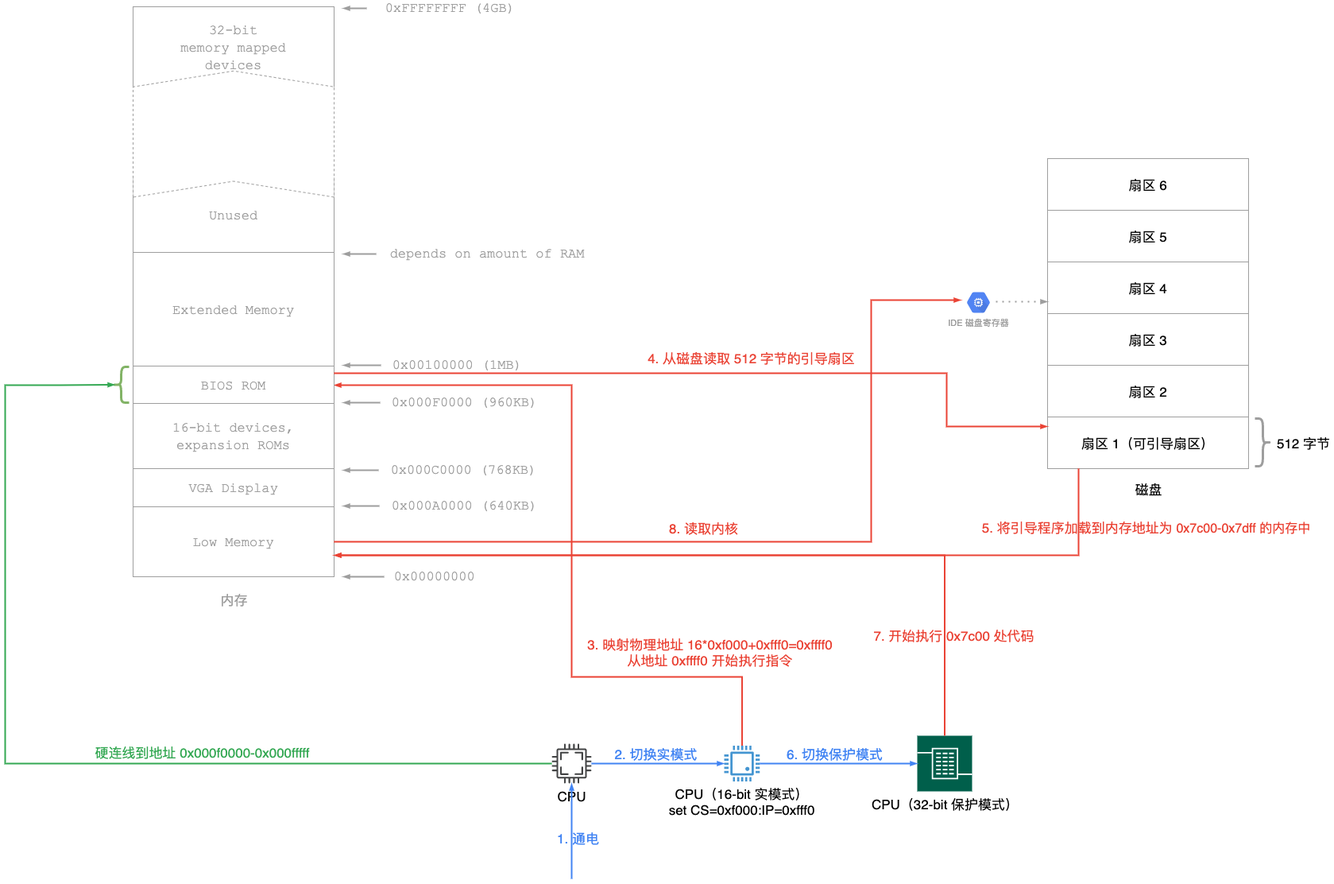
LoveXiaoLiu/lovexiaoliu.github.io keeps this draw.io diagram as img/2021/10/boot-loader.png. Above is the earlier version. Source tidied: cells renumbered, new cells last; positions are measured from the earlier drawing's top-left corner, leaving out a move shared by most shapes.
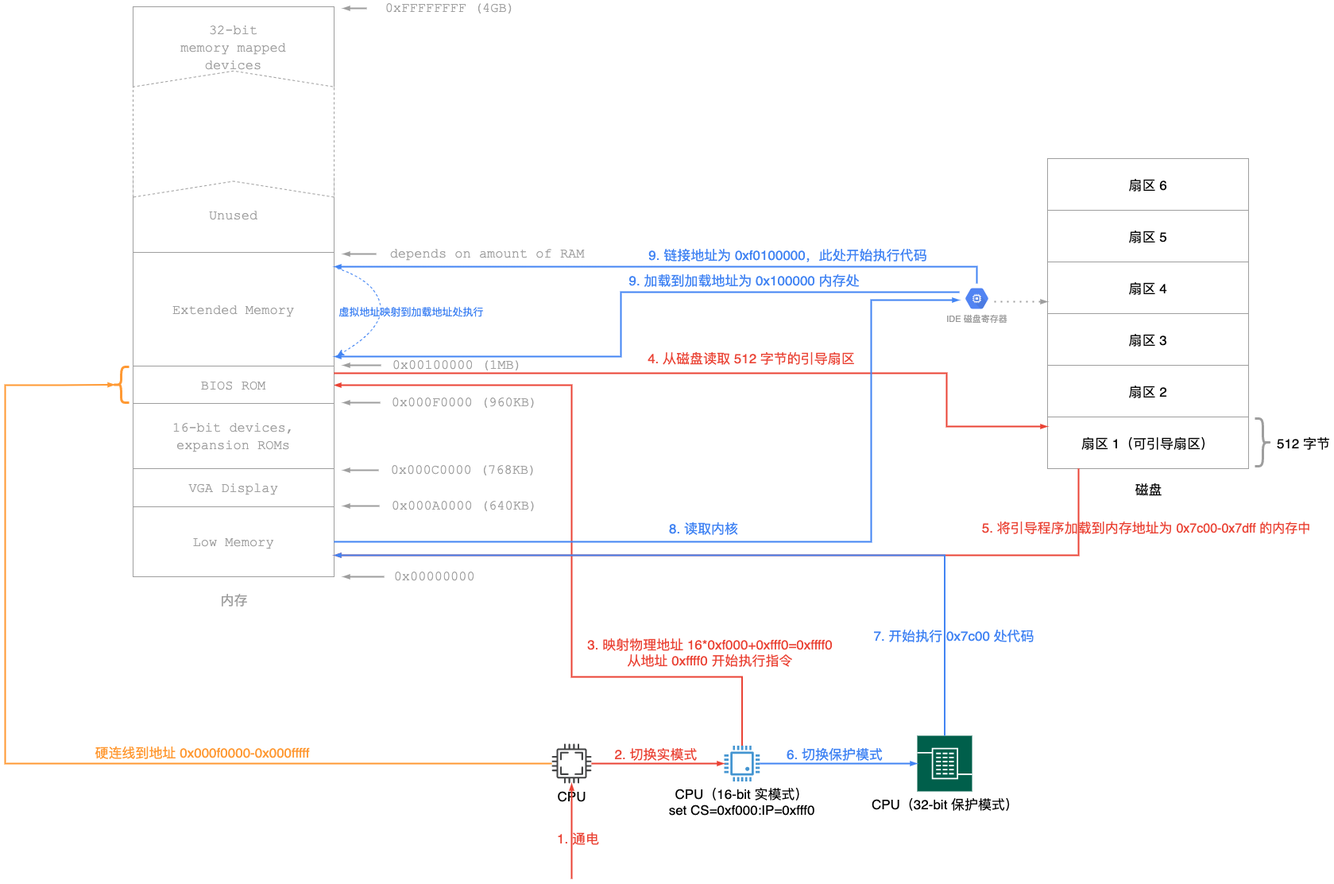
After the change.

Commit message:
Update Blog By TravisCI With Build 169

What changed in the source:
```diff
@@ -106,10 +106,10 @@
         <mxPoint x="425" y="583" as="targetPoint" />
       </mxGeometry>
     </mxCell>
-    <mxCell id="27" style="shape=curlyBracket;whiteSpace=wrap;html=1;rounded=1;labelBackgroundColor=none;fontSize=17;align=center;fillColor=#d5e8d4;strokeColor=#82b366;strokeWidth=3;" parent="1" vertex="1">
+    <mxCell id="27" style="shape=curlyBracket;whiteSpace=wrap;html=1;rounded=1;labelBackgroundColor=none;fontSize=17;align=center;fillColor=#d5e8d4;strokeColor=#FF9933;strokeWidth=3;" parent="1" vertex="1">
       <mxGeometry x="136" y="453" width="20" height="45" as="geometry" />
     </mxCell>
-    <mxCell id="28" style="edgeStyle=orthogonalEdgeStyle;fontSize=12;html=1;endArrow=blockThin;endFill=1;rounded=0;strokeWidth=2;endSize=4;startSize=4;strokeColor=#34A853;dashed=0;labelBackgroundColor=none;entryX=0.1;entryY=0.5;entryDx=0;entryDy=0;entryPerimeter=0;" parent="1" edge="1" source="8" target="27">
+    <mxCell id="28" style="edgeStyle=orthogonalEdgeStyle;fontSize=12;html=1;endArrow=blockThin;endFill=1;rounded=0;strokeWidth=2;endSize=4;startSize=4;strokeColor=#FF9933;dashed=0;labelBackgroundColor=none;entryX=0.1;entryY=0.5;entryDx=0;entryDy=0;entryPerimeter=0;" parent="1" edge="1" source="8" target="27">
       <mxGeometry relative="1" as="geometry">
         <Array as="points">
           <mxPoint y="952" />
@@ -118,17 +118,17 @@
         </Array>
       </mxGeometry>
     </mxCell>
-    <mxCell id="29" value="硬连线到地址&amp;nbsp;0x000f0000-0x000fffff" style="edgeLabel;align=center;verticalAlign=middle;fontSize=17;fontColor=#34A853;html=1;labelBackgroundColor=none;" parent="28" vertex="1">
+    <mxCell id="29" value="硬连线到地址&amp;nbsp;0x000f0000-0x000fffff" style="edgeLabel;align=center;verticalAlign=middle;fontSize=17;fontColor=#FF9933;html=1;labelBackgroundColor=none;" parent="28" vertex="1">
       <mxGeometry x="-0.18" relative="1" as="geometry">
         <mxPoint x="91" y="-15" as="offset" />
       </mxGeometry>
     </mxCell>
-    <mxCell id="30" style="edgeStyle=orthogonalEdgeStyle;fontSize=12;html=1;endArrow=blockThin;endFill=1;rounded=0;strokeWidth=2;endSize=4;startSize=4;dashed=0;strokeColor=#4284F3;labelBackgroundColor=none;fontColor=#4284F3;" parent="1" edge="1" target="8">
+    <mxCell id="30" style="edgeStyle=orthogonalEdgeStyle;fontSize=12;html=1;endArrow=blockThin;endFill=1;rounded=0;strokeWidth=2;endSize=4;startSize=4;dashed=0;strokeColor=#EA4335;labelBackgroundColor=none;fontColor=#4284F3;" parent="1" edge="1" target="8">
       <mxGeometry relative="1" as="geometry">
         <mxPoint x="713" y="1097" as="sourcePoint" />
       </mxGeometry>
     </mxCell>
-    <mxCell id="31" value="1. 通电" style="edgeLabel;html=1;align=center;verticalAlign=middle;fontSize=17;fontColor=#4284F3;labelBackgroundColor=none;" parent="30" vertex="1">
+    <mxCell id="31" value="&lt;font color=&quot;#ea4335&quot;&gt;1. 通电&lt;/font&gt;" style="edgeLabel;html=1;align=center;verticalAlign=middle;fontSize=17;fontColor=#4284F3;labelBackgroundColor=none;" parent="30" vertex="1">
       <mxGeometry x="-0.13" relative="1" as="geometry">
         <mxPoint x="7" as="offset" />
       </mxGeometry>
@@ -136,10 +136,10 @@
     <mxCell id="32" value="CPU（16-bit 实模式）&lt;br&gt;set CS=0xf000:IP=0xfff0" style="shadow=0;dashed=0;strokeColor=none;fillColor=#4495D1;labelPosition=center;verticalLabelPosition=bottom;verticalAlign=top;align=center;outlineConnect=0;shape=mxgraph.veeam.cpu;labelBackgroundColor=none;fontSize=17;fontColor=#000000;html=1;" parent="1" vertex="1">
       <mxGeometry x="905" y="929.6" width="44.8" height="44.8" as="geometry" />
     </mxCell>
-    <mxCell id="33" style="edgeStyle=orthogonalEdgeStyle;fontSize=12;html=1;endArrow=blockThin;endFill=1;rounded=0;strokeWidth=2;endSize=4;startSize=4;dashed=0;strokeColor=#4284F3;labelBackgroundColor=none;fontColor=#4284F3;" parent="1" edge="1" source="8" target="32">
+    <mxCell id="33" style="edgeStyle=orthogonalEdgeStyle;fontSize=12;html=1;endArrow=blockThin;endFill=1;rounded=0;strokeWidth=2;endSize=4;startSize=4;dashed=0;strokeColor=#EA4335;labelBackgroundColor=none;fontColor=#EA4335;" parent="1" edge="1" source="8" target="32">
       <mxGeometry relative="1" as="geometry" />
     </mxCell>
-    <mxCell id="34" value="2. 切换实模式" style="edgeLabel;html=1;align=center;verticalAlign=middle;fontSize=17;fontColor=#4284F3;labelBackgroundColor=none;" parent="33" vertex="1">
+    <mxCell id="34" value="2. 切换实模式" style="edgeLabel;html=1;align=center;verticalAlign=middle;fontSize=17;fontColor=#EA4335;labelBackgroundColor=none;" parent="33" vertex="1">
       <mxGeometry x="-0.13" relative="1" as="geometry">
         <mxPoint x="8" y="-13" as="offset" />
       </mxGeometry>
@@ -189,22 +189,22 @@
     <mxCell id="44" value="512 字节" style="text;html=1;align=center;verticalAlign=middle;fontSize=17;fontColor=#000000;" parent="1" vertex="1">
       <mxGeometry x="1595" y="536.5" width="77" height="24" as="geometry" />
     </mxCell>
-    <mxCell id="45" style="edgeStyle=orthogonalEdgeStyle;fontSize=12;html=1;endArrow=blockThin;endFill=1;rounded=0;strokeWidth=2;endSize=4;startSize=4;strokeColor=#EA4335;dashed=0;labelBackgroundColor=none;" parent="1" edge="1" source="41" target="11">
+    <mxCell id="45" style="edgeStyle=orthogonalEdgeStyle;fontSize=12;html=1;endArrow=blockThin;endFill=1;rounded=0;strokeWidth=2;endSize=4;startSize=4;strokeColor=#4284F3;dashed=0;labelBackgroundColor=none;" parent="1" edge="1" source="41" target="11">
       <mxGeometry relative="1" as="geometry">
         <Array as="points">
           <mxPoint x="1183" y="690" />
         </Array>
       </mxGeometry>
     </mxCell>
-    <mxCell id="46" value="7. 开始执行 0x7c00 处代码" style="edgeLabel;align=center;verticalAlign=middle;fontSize=17;fontColor=#EA4335;labelBackgroundColor=none;html=1;" parent="45" vertex="1">
+    <mxCell id="46" value="7. 开始执行 0x7c00 处代码" style="edgeLabel;align=center;verticalAlign=middle;fontSize=17;fontColor=#4284F3;labelBackgroundColor=none;html=1;" parent="45" vertex="1">
       <mxGeometry x="-0.77" y="3" relative="1" as="geometry">
         <mxPoint x="13.5" y="-13" as="offset" />
       </mxGeometry>
     </mxCell>
     <mxCell id="47" value="IDE 磁盘寄存器" style="html=1;fillColor=#5184F3;strokeColor=none;verticalAlign=top;labelPosition=center;verticalLabelPosition=bottom;align=center;spacingTop=-6;fontSize=11;fontStyle=0;fontColor=#999999;shape=mxgraph.gcp2.hexIcon;prIcon=compute_engine;labelBackgroundColor=none;" parent="1" vertex="1">
-      <mxGeometry x="1203" y="353" width="44" height="38" as="geometry" />
+      <mxGeometry x="1201" y="348" width="44" height="38" as="geometry" />
     </mxCell>
-    <mxCell id="48" style="edgeStyle=orthogonalEdgeStyle;fontSize=12;html=1;endArrow=blockThin;endFill=1;rounded=0;strokeWidth=2;endSize=4;startSize=4;strokeColor=#EA4335;dashed=0;labelBackgroundColor=none;" parent="1" edge="1" source="11" target="47">
+    <mxCell id="48" style="edgeStyle=orthogonalEdgeStyle;fontSize=12;html=1;endArrow=blockThin;endFill=1;rounded=0;strokeWidth=2;endSize=4;startSize=4;strokeColor=#4284F3;dashed=0;labelBackgroundColor=none;" parent="1" edge="1" source="11" target="47">
       <mxGeometry relative="1" as="geometry">
         <Array as="points">
           <mxPoint x="1090" y="673" />
@@ -212,7 +212,7 @@
         </Array>
       </mxGeometry>
     </mxCell>
-    <mxCell id="49" value="8. 读取内核" style="edgeLabel;align=center;verticalAlign=middle;fontSize=17;fontColor=#EA4335;labelBackgroundColor=none;html=1;" parent="48" vertex="1">
+    <mxCell id="49" value="8. 读取内核" style="edgeLabel;align=center;verticalAlign=middle;fontSize=17;fontColor=#4284F3;labelBackgroundColor=none;html=1;" parent="48" vertex="1">
       <mxGeometry x="-0.77" y="3" relative="1" as="geometry">
         <mxPoint x="339" y="-15" as="offset" />
       </mxGeometry>
@@ -225,5 +225,45 @@
         </Array>
       </mxGeometry>
     </mxCell>
+    <mxCell id="51" style="edgeStyle=orthogonalEdgeStyle;fontSize=12;html=1;endArrow=blockThin;endFill=1;rounded=0;strokeWidth=2;endSize=4;startSize=4;strokeColor=#4284F3;dashed=0;labelBackgroundColor=none;" parent="1" edge="1" source="47" target="15">
+      <mxGeometry relative="1" as="geometry">
+        <Array as="points">
+          <mxPoint x="775" y="359" />
+          <mxPoint x="775" y="440" />
+        </Array>
+      </mxGeometry>
+    </mxCell>
+    <mxCell id="52" value="9. 加载到加载地址为 0x100000 内存处" style="edgeLabel;align=center;verticalAlign=middle;fontSize=17;fontColor=#4284F3;labelBackgroundColor=none;html=1;" parent="51" vertex="1">
+      <mxGeometry x="-0.36" relative="1" as="geometry">
+        <mxPoint x="5" y="-16" as="offset" />
+      </mxGeometry>
+    </mxCell>
+    <mxCell id="53" style="edgeStyle=orthogonalEdgeStyle;fontSize=12;html=1;endArrow=blockThin;endFill=1;rounded=0;strokeWidth=2;endSize=4;startSize=4;strokeColor=#4284F3;dashed=0;labelBackgroundColor=none;" parent="1" edge="1" source="47" target="15">
+      <mxGeometry relative="1" as="geometry">
+        <Array as="points">
+          <mxPoint x="1223" y="327" />
+        </Array>
+      </mxGeometry>
+    </mxCell>
+    <mxCell id="54" value="9. 链接地址为 0xf0100000，此处开始执行代码" style="edgeLabel;align=center;verticalAlign=middle;fontSize=17;fontColor=#4284F3;labelBackgroundColor=none;html=1;" parent="53" vertex="1">
+      <mxGeometry x="-0.36" relative="1" as="geometry">
+        <mxPoint x="5" y="-16" as="offset" />
+      </mxGeometry>
+    </mxCell>
+    <mxCell id="55" style="curved=1;endArrow=classic;html=1;labelBackgroundColor=none;strokeColor=#4284F3;fontSize=17;fontColor=#4284F3;dashed=1;" parent="1" edge="1">
+      <mxGeometry relative="1" as="geometry">
+        <mxPoint x="418" y="329" as="sourcePoint" />
+        <mxPoint x="418" y="439" as="targetPoint" />
+        <Array as="points">
+          <mxPoint x="466" y="345" />
+          <mxPoint x="478" y="404" />
+        </Array>
+      </mxGeometry>
+    </mxCell>
+    <mxCell id="56" value="虚拟地址映射到加载地址处执行" style="edgeLabel;align=center;verticalAlign=middle;fontSize=13;fontColor=#4284F3;labelBackgroundColor=none;html=1;" parent="55" vertex="1">
+      <mxGeometry x="0.39" y="-11" relative="1" as="geometry">
+        <mxPoint x="50.8" y="-18.6" as="offset" />
+      </mxGeometry>
+    </mxCell>
   </root>
 </mxGraphModel>
```
